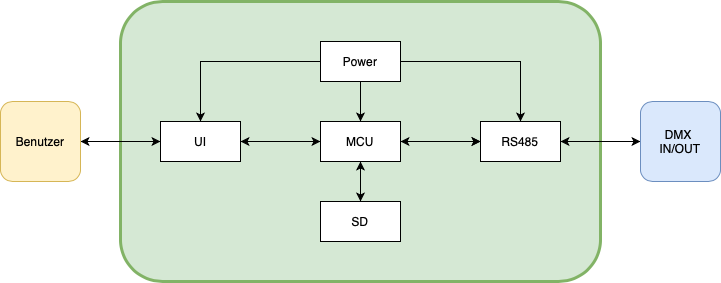
The draw.io diagram images/Schaltungsprinzip.png in Felix7635/BA-Dokumentation, before a commit. Source tidied: cells renumbered, new cells last; positions are measured from the earlier drawing's top-left corner, leaving out a move shared by most shapes.
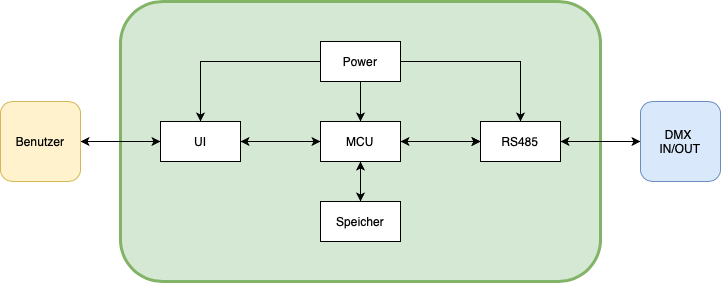
After the commit.

Change to the diagram source:
```diff
@@ -56,7 +56,7 @@
     <mxCell id="16" value="MCU" style="whiteSpace=wrap;html=1;strokeColor=#000000;fillColor=#ffffff;" parent="1" vertex="1">
       <mxGeometry x="320" y="120" width="80" height="40" as="geometry" />
     </mxCell>
-    <mxCell id="17" value="SD" style="whiteSpace=wrap;html=1;strokeColor=#000000;fillColor=#ffffff;" parent="1" vertex="1">
+    <mxCell id="17" value="Speicher" style="whiteSpace=wrap;html=1;strokeColor=#000000;fillColor=#ffffff;" parent="1" vertex="1">
       <mxGeometry x="320" y="200" width="80" height="40" as="geometry" />
     </mxCell>
     <mxCell id="18" value="RS485" style="whiteSpace=wrap;html=1;strokeColor=#000000;fillColor=#ffffff;" parent="1" vertex="1">
```
